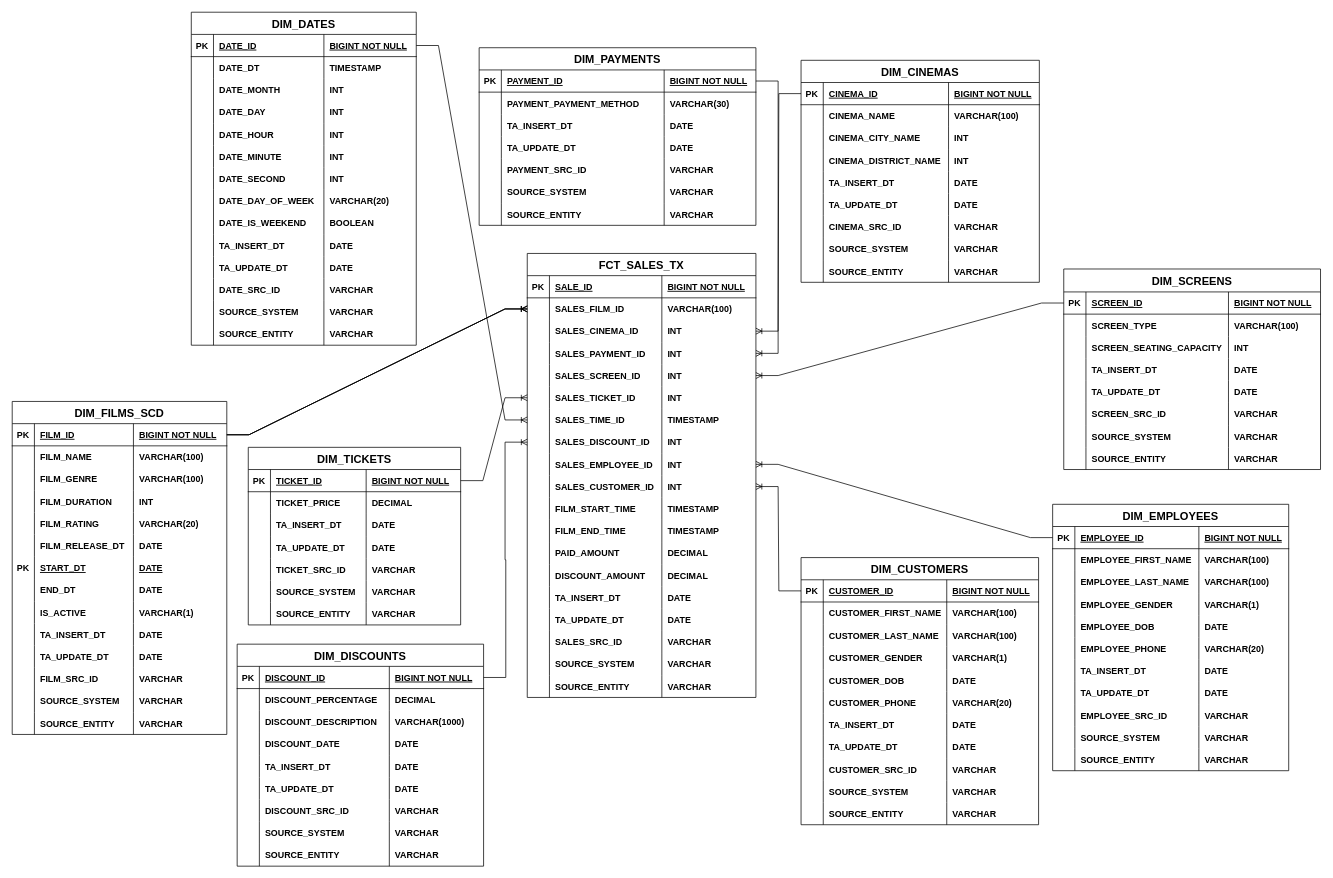
This is ticket_sales_star_schema.drawio from GiorgiEz/DB-modeling, a draw.io file, before an edit. Source tidied: cells renumbered, new cells numbered last; positions are measured from the earlier drawing's top-left corner, leaving out a move shared by most shapes. Both pictures are drawn from the tidied source at 74%, with x=0, y=0 at pixel (12, 12).
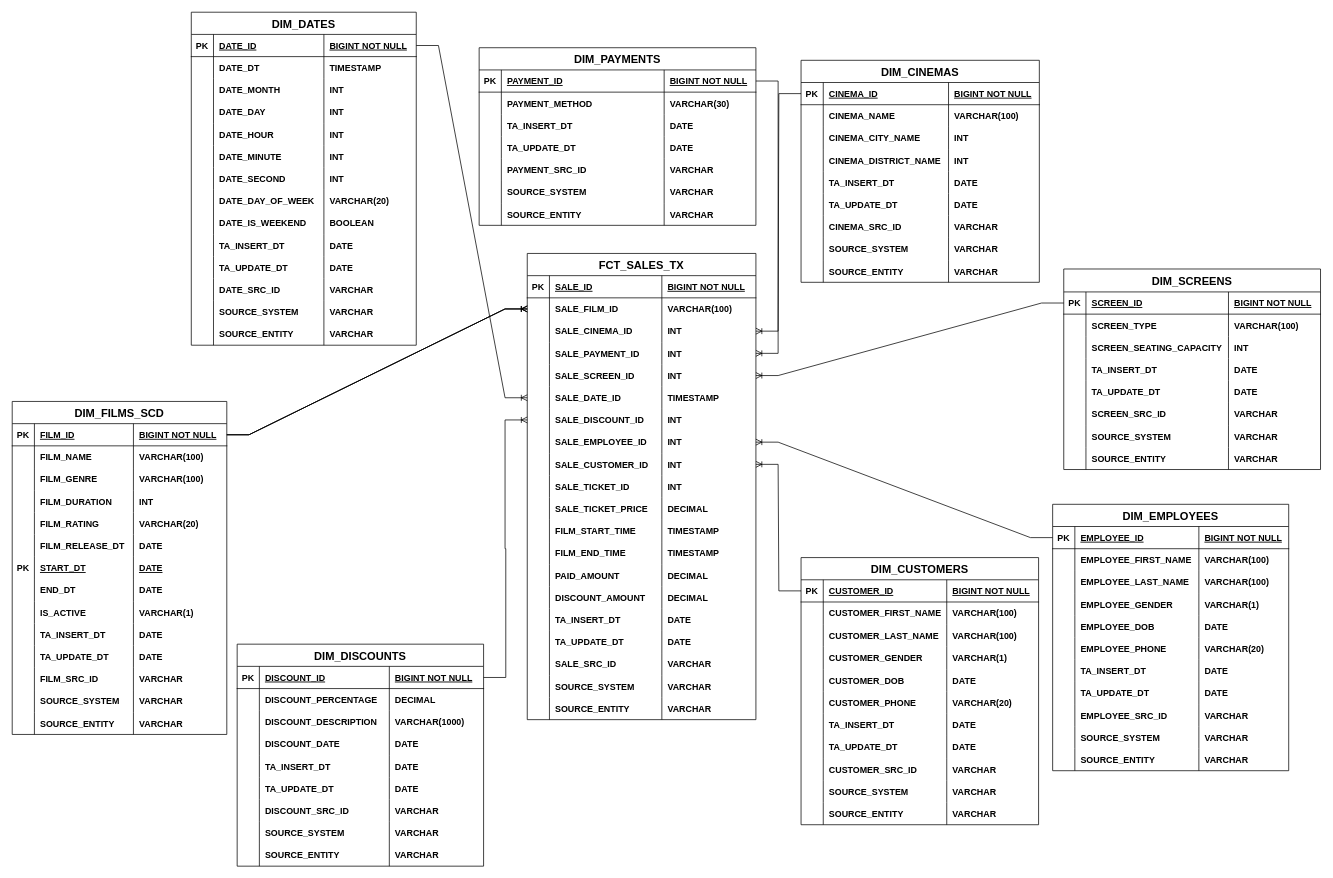
Above is the later version.

The change refers to these unchanged cells:
```xml
<mxCell id="257" style="shape=partialRectangle;fillColor=none;top=0;left=0;right=0;bottom=0;" parent="252" vertex="1">
  <mxGeometry y="60" width="374" height="30" as="geometry" />
</mxCell>
<mxCell id="331" style="shape=partialRectangle;fillColor=none;points=[[0,0.5],[1,0.5]];portConstraint=eastwest;top=0;left=0;right=0;bottom=0;" parent="326" vertex="1">
  <mxGeometry y="60" width="309" height="30" as="geometry" />
</mxCell>
<mxCell id="335" style="shape=partialRectangle;fillColor=none;points=[[0,0.5],[1,0.5]];portConstraint=eastwest;top=0;left=0;right=0;bottom=0;" parent="326" vertex="1">
  <mxGeometry y="90" width="309" height="30" as="geometry" />
</mxCell>
<mxCell id="339" style="shape=partialRectangle;fillColor=none;points=[[0,0.5],[1,0.5]];portConstraint=eastwest;top=0;left=0;right=0;bottom=0;" parent="326" vertex="1">
  <mxGeometry y="120" width="309" height="30" as="geometry" />
</mxCell>
<mxCell id="343" style="shape=partialRectangle;fillColor=none;points=[[0,0.5],[1,0.5]];portConstraint=eastwest;top=0;left=0;right=0;bottom=0;" parent="326" vertex="1">
  <mxGeometry y="150" width="309" height="30" as="geometry" />
</mxCell>
```

Change to the diagram source:
```diff
@@
-    <mxCell id="223" value="DIM_TICKETS" style="shape=table;startSize=30;childLayout=tableLayout;rowLines=0;fontStyle=1;align=center;fontSize=15;" parent="1" vertex="1">
-      <mxGeometry x="319" y="588" width="287" height="240" as="geometry" />
-    </mxCell>
-    <mxCell id="224" style="shape=partialRectangle;fillColor=none;points=[[0,0.5],[1,0.5]];portConstraint=eastwest;top=0;left=0;right=0;bottom=1;" parent="223" vertex="1">
-      <mxGeometry y="30" width="287" height="30" as="geometry" />
-    </mxCell>
-    <mxCell id="225" value="PK" style="shape=partialRectangle;overflow=hidden;fillColor=none;top=0;left=0;bottom=0;right=0;fontStyle=1;" parent="224" vertex="1">
-      <mxGeometry width="30" height="30" as="geometry" />
-    </mxCell>
-    <mxCell id="226" value="TICKET_ID" style="shape=partialRectangle;overflow=hidden;fillColor=none;top=0;left=0;bottom=0;right=0;align=left;spacingLeft=6;fontStyle=5;" parent="224" vertex="1">
-      <mxGeometry x="30" width="129.3" height="30" as="geometry" />
-    </mxCell>
-    <mxCell id="227" value="BIGINT NOT NULL" style="shape=partialRectangle;overflow=hidden;fillColor=none;top=0;left=0;bottom=0;right=0;align=left;spacingLeft=6;fontStyle=5;" parent="224" vertex="1">
-      <mxGeometry x="159.3" width="127.7" height="30" as="geometry" />
-    </mxCell>
-    <mxCell id="228" style="shape=partialRectangle;fillColor=none;top=0;left=0;right=0;bottom=0;" parent="223" vertex="1">
-      <mxGeometry y="60" width="287" height="30" as="geometry" />
-    </mxCell>
-    <mxCell id="229" style="shape=partialRectangle;overflow=hidden;fillColor=none;top=0;left=0;bottom=0;right=0;" parent="228" vertex="1">
-      <mxGeometry width="30" height="30" as="geometry" />
-    </mxCell>
-    <mxCell id="230" value="TICKET_PRICE" style="shape=partialRectangle;overflow=hidden;fillColor=none;top=0;left=0;bottom=0;right=0;align=left;spacingLeft=6;fontStyle=1;" parent="228" vertex="1">
-      <mxGeometry x="30" width="129.3" height="30" as="geometry" />
-    </mxCell>
-    <mxCell id="231" value="DECIMAL" style="shape=partialRectangle;overflow=hidden;fillColor=none;top=0;left=0;bottom=0;right=0;align=left;spacingLeft=6;fontStyle=1;" parent="228" vertex="1">
-      <mxGeometry x="159.3" width="127.7" height="30" as="geometry" />
-    </mxCell>
-    <mxCell id="232" style="shape=partialRectangle;fillColor=none;top=0;left=0;right=0;bottom=0;" parent="223" vertex="1">
-      <mxGeometry y="90" width="287" height="30" as="geometry" />
-    </mxCell>
-    <mxCell id="233" style="shape=partialRectangle;overflow=hidden;fillColor=none;top=0;left=0;bottom=0;right=0;" parent="232" vertex="1">
-      <mxGeometry width="30" height="30" as="geometry" />
-    </mxCell>
-    <mxCell id="234" value="TA_INSERT_DT" style="shape=partialRectangle;overflow=hidden;fillColor=none;top=0;left=0;bottom=0;right=0;align=left;spacingLeft=6;fontStyle=1;" parent="232" vertex="1">
-      <mxGeometry x="30" width="129.3" height="30" as="geometry" />
-    </mxCell>
-    <mxCell id="235" value="DATE" style="shape=partialRectangle;overflow=hidden;fillColor=none;top=0;left=0;bottom=0;right=0;align=left;spacingLeft=6;fontStyle=1;" parent="232" vertex="1">
-      <mxGeometry x="159.3" width="127.7" height="30" as="geometry" />
-    </mxCell>
-    <mxCell id="236" style="shape=partialRectangle;fillColor=none;top=0;left=0;right=0;bottom=0;" parent="223" vertex="1">
-      <mxGeometry y="120" width="287" height="30" as="geometry" />
-    </mxCell>
-    <mxCell id="237" style="shape=partialRectangle;overflow=hidden;fillColor=none;top=0;left=0;bottom=0;right=0;" parent="236" vertex="1">
-      <mxGeometry width="30" height="30" as="geometry" />
-    </mxCell>
-    <mxCell id="238" value="TA_UPDATE_DT" style="shape=partialRectangle;overflow=hidden;fillColor=none;top=0;left=0;bottom=0;right=0;align=left;spacingLeft=6;fontStyle=1;" parent="236" vertex="1">
-      <mxGeometry x="30" width="129.3" height="30" as="geometry" />
-    </mxCell>
-    <mxCell id="239" value="DATE" style="shape=partialRectangle;overflow=hidden;fillColor=none;top=0;left=0;bottom=0;right=0;align=left;spacingLeft=6;fontStyle=1;" parent="236" vertex="1">
-      <mxGeometry x="159.3" width="127.7" height="30" as="geometry" />
-    </mxCell>
-    <mxCell id="240" style="shape=partialRectangle;fillColor=none;top=0;left=0;right=0;bottom=0;" parent="223" vertex="1">
-      <mxGeometry y="150" width="287" height="30" as="geometry" />
-    </mxCell>
-    <mxCell id="241" style="shape=partialRectangle;overflow=hidden;fillColor=none;top=0;left=0;bottom=0;right=0;" parent="240" vertex="1">
-      <mxGeometry width="30" height="30" as="geometry" />
-    </mxCell>
-    <mxCell id="242" value="TICKET_SRC_ID" style="shape=partialRectangle;overflow=hidden;fillColor=none;top=0;left=0;bottom=0;right=0;align=left;spacingLeft=6;fontStyle=1;" parent="240" vertex="1">
-      <mxGeometry x="30" width="129.3" height="30" as="geometry" />
-    </mxCell>
-    <mxCell id="243" value="VARCHAR" style="shape=partialRectangle;overflow=hidden;fillColor=none;top=0;left=0;bottom=0;right=0;align=left;spacingLeft=6;fontStyle=1;" parent="240" vertex="1">
-      <mxGeometry x="159.3" width="127.7" height="30" as="geometry" />
-    </mxCell>
-    <mxCell id="244" style="shape=partialRectangle;fillColor=none;top=0;left=0;right=0;bottom=0;" parent="223" vertex="1">
-      <mxGeometry y="180" width="287" height="30" as="geometry" />
-    </mxCell>
-    <mxCell id="245" style="shape=partialRectangle;overflow=hidden;fillColor=none;top=0;left=0;bottom=0;right=0;" parent="244" vertex="1">
-      <mxGeometry width="30" height="30" as="geometry" />
-    </mxCell>
-    <mxCell id="246" value="SOURCE_SYSTEM" style="shape=partialRectangle;overflow=hidden;fillColor=none;top=0;left=0;bottom=0;right=0;align=left;spacingLeft=6;fontStyle=1;" parent="244" vertex="1">
-      <mxGeometry x="30" width="129.3" height="30" as="geometry" />
-    </mxCell>
-    <mxCell id="247" value="VARCHAR" style="shape=partialRectangle;overflow=hidden;fillColor=none;top=0;left=0;bottom=0;right=0;align=left;spacingLeft=6;fontStyle=1;" parent="244" vertex="1">
-      <mxGeometry x="159.3" width="127.7" height="30" as="geometry" />
-    </mxCell>
-    <mxCell id="248" style="shape=partialRectangle;fillColor=none;top=0;left=0;right=0;bottom=0;" parent="223" vertex="1">
-      <mxGeometry y="210" width="287" height="30" as="geometry" />
-    </mxCell>
-    <mxCell id="249" style="shape=partialRectangle;overflow=hidden;fillColor=none;top=0;left=0;bottom=0;right=0;" parent="248" vertex="1">
-      <mxGeometry width="30" height="30" as="geometry" />
-    </mxCell>
-    <mxCell id="250" value="SOURCE_ENTITY" style="shape=partialRectangle;overflow=hidden;fillColor=none;top=0;left=0;bottom=0;right=0;align=left;spacingLeft=6;fontStyle=1;" parent="248" vertex="1">
-      <mxGeometry x="30" width="129.3" height="30" as="geometry" />
-    </mxCell>
-    <mxCell id="251" value="VARCHAR" style="shape=partialRectangle;overflow=hidden;fillColor=none;top=0;left=0;bottom=0;right=0;align=left;spacingLeft=6;fontStyle=1;" parent="248" vertex="1">
-      <mxGeometry x="159.3" width="127.7" height="30" as="geometry" />
-    </mxCell>
@@
-    <mxCell id="259" value="PAYMENT_PAYMENT_METHOD" style="shape=partialRectangle;overflow=hidden;fillColor=none;top=0;left=0;bottom=0;right=0;align=left;spacingLeft=6;fontStyle=1;" parent="257" vertex="1">
+    <mxCell id="259" value="PAYMENT_METHOD" style="shape=partialRectangle;overflow=hidden;fillColor=none;top=0;left=0;bottom=0;right=0;align=left;spacingLeft=6;fontStyle=1;" parent="257" vertex="1">
       <mxGeometry x="30" width="220" height="30" as="geometry" />
     </mxCell>
@@
     <mxCell id="326" value="FCT_SALES_TX" style="shape=table;startSize=30;childLayout=tableLayout;rowLines=0;fontStyle=1;align=center;fontSize=15;" parent="1" vertex="1">
-      <mxGeometry x="696" y="326" width="309" height="600" as="geometry" />
+      <mxGeometry x="696" y="326" width="309" height="630" as="geometry" />
     </mxCell>
@@
-    <mxCell id="333" value="SALES_FILM_ID" style="shape=partialRectangle;overflow=hidden;fillColor=none;top=0;left=0;bottom=0;right=0;align=left;spacingLeft=6;fontStyle=1;" parent="331" vertex="1">
+    <mxCell id="333" value="SALE_FILM_ID" style="shape=partialRectangle;overflow=hidden;fillColor=none;top=0;left=0;bottom=0;right=0;align=left;spacingLeft=6;fontStyle=1;" parent="331" vertex="1">
       <mxGeometry x="30" width="151.9" height="30" as="geometry" />
     </mxCell>
@@
-    <mxCell id="337" value="SALES_CINEMA_ID" style="shape=partialRectangle;overflow=hidden;fillColor=none;top=0;left=0;bottom=0;right=0;align=left;spacingLeft=6;fontStyle=1;" parent="335" vertex="1">
+    <mxCell id="337" value="SALE_CINEMA_ID" style="shape=partialRectangle;overflow=hidden;fillColor=none;top=0;left=0;bottom=0;right=0;align=left;spacingLeft=6;fontStyle=1;" parent="335" vertex="1">
       <mxGeometry x="30" width="151.9" height="30" as="geometry" />
     </mxCell>
@@
-    <mxCell id="341" value="SALES_PAYMENT_ID" style="shape=partialRectangle;overflow=hidden;fillColor=none;top=0;left=0;bottom=0;right=0;align=left;spacingLeft=6;fontStyle=1;" parent="339" vertex="1">
+    <mxCell id="341" value="SALE_PAYMENT_ID" style="shape=partialRectangle;overflow=hidden;fillColor=none;top=0;left=0;bottom=0;right=0;align=left;spacingLeft=6;fontStyle=1;" parent="339" vertex="1">
       <mxGeometry x="30" width="151.9" height="30" as="geometry" />
     </mxCell>
@@
-    <mxCell id="345" value="SALES_SCREEN_ID" style="shape=partialRectangle;overflow=hidden;fillColor=none;top=0;left=0;bottom=0;right=0;align=left;spacingLeft=6;fontStyle=1;" parent="343" vertex="1">
+    <mxCell id="345" value="SALE_SCREEN_ID" style="shape=partialRectangle;overflow=hidden;fillColor=none;top=0;left=0;bottom=0;right=0;align=left;spacingLeft=6;fontStyle=1;" parent="343" vertex="1">
       <mxGeometry x="30" width="151.9" height="30" as="geometry" />
     </mxCell>
@@
-    <mxCell id="347" style="shape=partialRectangle;fillColor=none;points=[[0,0.5],[1,0.5]];portConstraint=eastwest;top=0;left=0;right=0;bottom=0;" parent="326" vertex="1">
-      <mxGeometry y="180" width="309" height="30" as="geometry" />
-    </mxCell>
-    <mxCell id="348" style="shape=partialRectangle;overflow=hidden;fillColor=none;top=0;left=0;bottom=0;right=0;" parent="347" vertex="1">
-      <mxGeometry width="30" height="30" as="geometry" />
-    </mxCell>
-    <mxCell id="349" value="SALES_TICKET_ID" style="shape=partialRectangle;overflow=hidden;fillColor=none;top=0;left=0;bottom=0;right=0;align=left;spacingLeft=6;fontStyle=1;" parent="347" vertex="1">
-      <mxGeometry x="30" width="151.9" height="30" as="geometry" />
-    </mxCell>
-    <mxCell id="350" value="INT" style="shape=partialRectangle;overflow=hidden;fillColor=none;top=0;left=0;bottom=0;right=0;align=left;spacingLeft=6;fontStyle=1;" parent="347" vertex="1">
-      <mxGeometry x="181.9" width="127.1" height="30" as="geometry" />
-    </mxCell>
     <mxCell id="351" style="shape=partialRectangle;fillColor=none;points=[[0,0.5],[1,0.5]];portConstraint=eastwest;top=0;left=0;right=0;bottom=0;" parent="326" vertex="1">
-      <mxGeometry y="210" width="309" height="30" as="geometry" />
+      <mxGeometry y="180" width="309" height="30" as="geometry" />
     </mxCell>
@@
-    <mxCell id="353" value="SALES_TIME_ID" style="shape=partialRectangle;overflow=hidden;fillColor=none;top=0;left=0;bottom=0;right=0;align=left;spacingLeft=6;fontStyle=1;" parent="351" vertex="1">
+    <mxCell id="353" value="SALE_DATE_ID" style="shape=partialRectangle;overflow=hidden;fillColor=none;top=0;left=0;bottom=0;right=0;align=left;spacingLeft=6;fontStyle=1;" parent="351" vertex="1">
       <mxGeometry x="30" width="151.9" height="30" as="geometry" />
     </mxCell>
@@
     <mxCell id="355" style="shape=partialRectangle;fillColor=none;points=[[0,0.5],[1,0.5]];portConstraint=eastwest;top=0;left=0;right=0;bottom=0;" parent="326" vertex="1">
-      <mxGeometry y="240" width="309" height="30" as="geometry" />
+      <mxGeometry y="210" width="309" height="30" as="geometry" />
     </mxCell>
@@
-    <mxCell id="357" value="SALES_DISCOUNT_ID" style="shape=partialRectangle;overflow=hidden;fillColor=none;top=0;left=0;bottom=0;right=0;align=left;spacingLeft=6;fontStyle=1;" parent="355" vertex="1">
+    <mxCell id="357" value="SALE_DISCOUNT_ID" style="shape=partialRectangle;overflow=hidden;fillColor=none;top=0;left=0;bottom=0;right=0;align=left;spacingLeft=6;fontStyle=1;" parent="355" vertex="1">
       <mxGeometry x="30" width="151.9" height="30" as="geometry" />
     </mxCell>
@@
     <mxCell id="359" style="shape=partialRectangle;fillColor=none;points=[[0,0.5],[1,0.5]];portConstraint=eastwest;top=0;left=0;right=0;bottom=0;" parent="326" vertex="1">
-      <mxGeometry y="270" width="309" height="30" as="geometry" />
+      <mxGeometry y="240" width="309" height="30" as="geometry" />
     </mxCell>
@@
-    <mxCell id="361" value="SALES_EMPLOYEE_ID" style="shape=partialRectangle;overflow=hidden;fillColor=none;top=0;left=0;bottom=0;right=0;align=left;spacingLeft=6;fontStyle=1;" parent="359" vertex="1">
+    <mxCell id="361" value="SALE_EMPLOYEE_ID" style="shape=partialRectangle;overflow=hidden;fillColor=none;top=0;left=0;bottom=0;right=0;align=left;spacingLeft=6;fontStyle=1;" parent="359" vertex="1">
       <mxGeometry x="30" width="151.9" height="30" as="geometry" />
     </mxCell>
@@
     <mxCell id="363" style="shape=partialRectangle;fillColor=none;points=[[0,0.5],[1,0.5]];portConstraint=eastwest;top=0;left=0;right=0;bottom=0;" parent="326" vertex="1">
-      <mxGeometry y="300" width="309" height="30" as="geometry" />
+      <mxGeometry y="270" width="309" height="30" as="geometry" />
     </mxCell>
@@
-    <mxCell id="365" value="SALES_CUSTOMER_ID" style="shape=partialRectangle;overflow=hidden;fillColor=none;top=0;left=0;bottom=0;right=0;align=left;spacingLeft=6;fontStyle=1;" parent="363" vertex="1">
+    <mxCell id="365" value="SALE_CUSTOMER_ID" style="shape=partialRectangle;overflow=hidden;fillColor=none;top=0;left=0;bottom=0;right=0;align=left;spacingLeft=6;fontStyle=1;" parent="363" vertex="1">
       <mxGeometry x="30" width="151.9" height="30" as="geometry" />
     </mxCell>
@@
+    <mxCell id="459" style="shape=partialRectangle;fillColor=none;top=0;left=0;right=0;bottom=0;" parent="326" vertex="1">
+      <mxGeometry y="300" width="309" height="30" as="geometry" />
+    </mxCell>
+    <mxCell id="460" style="shape=partialRectangle;overflow=hidden;fillColor=none;top=0;left=0;bottom=0;right=0;" parent="459" vertex="1">
+      <mxGeometry width="30" height="30" as="geometry" />
+    </mxCell>
+    <mxCell id="461" value="SALE_TICKET_ID" style="shape=partialRectangle;overflow=hidden;fillColor=none;top=0;left=0;bottom=0;right=0;align=left;spacingLeft=6;fontStyle=1;" parent="459" vertex="1">
+      <mxGeometry x="30" width="151.9" height="30" as="geometry" />
+    </mxCell>
+    <mxCell id="350" value="INT" style="shape=partialRectangle;overflow=hidden;fillColor=none;top=0;left=0;bottom=0;right=0;align=left;spacingLeft=6;fontStyle=1;" parent="459" vertex="1">
+      <mxGeometry x="181.9" width="127.1" height="30" as="geometry" />
+    </mxCell>
+    <mxCell id="462" style="shape=partialRectangle;fillColor=none;top=0;left=0;right=0;bottom=0;" parent="326" vertex="1">
+      <mxGeometry y="330" width="309" height="30" as="geometry" />
+    </mxCell>
+    <mxCell id="463" style="shape=partialRectangle;overflow=hidden;fillColor=none;top=0;left=0;bottom=0;right=0;" parent="462" vertex="1">
+      <mxGeometry width="30" height="30" as="geometry" />
+    </mxCell>
+    <mxCell id="464" value="SALE_TICKET_PRICE" style="shape=partialRectangle;overflow=hidden;fillColor=none;top=0;left=0;bottom=0;right=0;align=left;spacingLeft=6;fontStyle=1;" parent="462" vertex="1">
+      <mxGeometry x="30" width="151.9" height="30" as="geometry" />
+    </mxCell>
+    <mxCell id="231" value="DECIMAL" style="shape=partialRectangle;overflow=hidden;fillColor=none;top=0;left=0;bottom=0;right=0;align=left;spacingLeft=6;fontStyle=1;" parent="462" vertex="1">
+      <mxGeometry x="181.9" width="127.1" height="30" as="geometry" />
+    </mxCell>
     <mxCell id="367" style="shape=partialRectangle;fillColor=none;top=0;left=0;right=0;bottom=0;" parent="326" vertex="1">
-      <mxGeometry y="330" width="309" height="30" as="geometry" />
+      <mxGeometry y="360" width="309" height="30" as="geometry" />
     </mxCell>
@@
     <mxCell id="371" style="shape=partialRectangle;fillColor=none;top=0;left=0;right=0;bottom=0;" parent="326" vertex="1">
-      <mxGeometry y="360" width="309" height="30" as="geometry" />
+      <mxGeometry y="390" width="309" height="30" as="geometry" />
     </mxCell>
@@
     <mxCell id="375" style="shape=partialRectangle;fillColor=none;top=0;left=0;right=0;bottom=0;" parent="326" vertex="1">
-      <mxGeometry y="390" width="309" height="30" as="geometry" />
+      <mxGeometry y="420" width="309" height="30" as="geometry" />
     </mxCell>
@@
     <mxCell id="379" style="shape=partialRectangle;fillColor=none;top=0;left=0;right=0;bottom=0;" parent="326" vertex="1">
-      <mxGeometry y="420" width="309" height="30" as="geometry" />
+      <mxGeometry y="450" width="309" height="30" as="geometry" />
     </mxCell>
@@
     <mxCell id="383" style="shape=partialRectangle;fillColor=none;top=0;left=0;right=0;bottom=0;" parent="326" vertex="1">
-      <mxGeometry y="450" width="309" height="30" as="geometry" />
+      <mxGeometry y="480" width="309" height="30" as="geometry" />
     </mxCell>
@@
     <mxCell id="387" style="shape=partialRectangle;fillColor=none;top=0;left=0;right=0;bottom=0;" parent="326" vertex="1">
-      <mxGeometry y="480" width="309" height="30" as="geometry" />
+      <mxGeometry y="510" width="309" height="30" as="geometry" />
     </mxCell>
@@
     <mxCell id="391" style="shape=partialRectangle;fillColor=none;top=0;left=0;right=0;bottom=0;" parent="326" vertex="1">
-      <mxGeometry y="510" width="309" height="30" as="geometry" />
+      <mxGeometry y="540" width="309" height="30" as="geometry" />
     </mxCell>
@@
-    <mxCell id="393" value="SALES_SRC_ID" style="shape=partialRectangle;overflow=hidden;fillColor=none;top=0;left=0;bottom=0;right=0;align=left;spacingLeft=6;fontStyle=1;" parent="391" vertex="1">
+    <mxCell id="393" value="SALE_SRC_ID" style="shape=partialRectangle;overflow=hidden;fillColor=none;top=0;left=0;bottom=0;right=0;align=left;spacingLeft=6;fontStyle=1;" parent="391" vertex="1">
       <mxGeometry x="30" width="151.9" height="30" as="geometry" />
     </mxCell>
@@
     <mxCell id="395" style="shape=partialRectangle;fillColor=none;top=0;left=0;right=0;bottom=0;" parent="326" vertex="1">
-      <mxGeometry y="540" width="309" height="30" as="geometry" />
+      <mxGeometry y="570" width="309" height="30" as="geometry" />
     </mxCell>
@@
     <mxCell id="399" style="shape=partialRectangle;fillColor=none;top=0;left=0;right=0;bottom=0;" parent="326" vertex="1">
-      <mxGeometry y="570" width="309" height="30" as="geometry" />
+      <mxGeometry y="600" width="309" height="30" as="geometry" />
     </mxCell>
@@
-    <mxCell id="408" style="edgeStyle=entityRelationEdgeStyle;fontSize=12;html=1;endArrow=ERoneToMany;rounded=0;entryX=0;entryY=0.5;entryDx=0;entryDy=0;exitX=1;exitY=0.5;exitDx=0;exitDy=0;" parent="1" edge="1" source="224" target="347">
-      <mxGeometry relative="1" as="geometry">
-        <Array as="points">
-          <mxPoint x="514" y="551" />
-          <mxPoint x="578" y="586" />
-          <mxPoint x="493" y="559" />
-          <mxPoint x="492" y="556" />
-        </Array>
-      </mxGeometry>
-    </mxCell>
```
